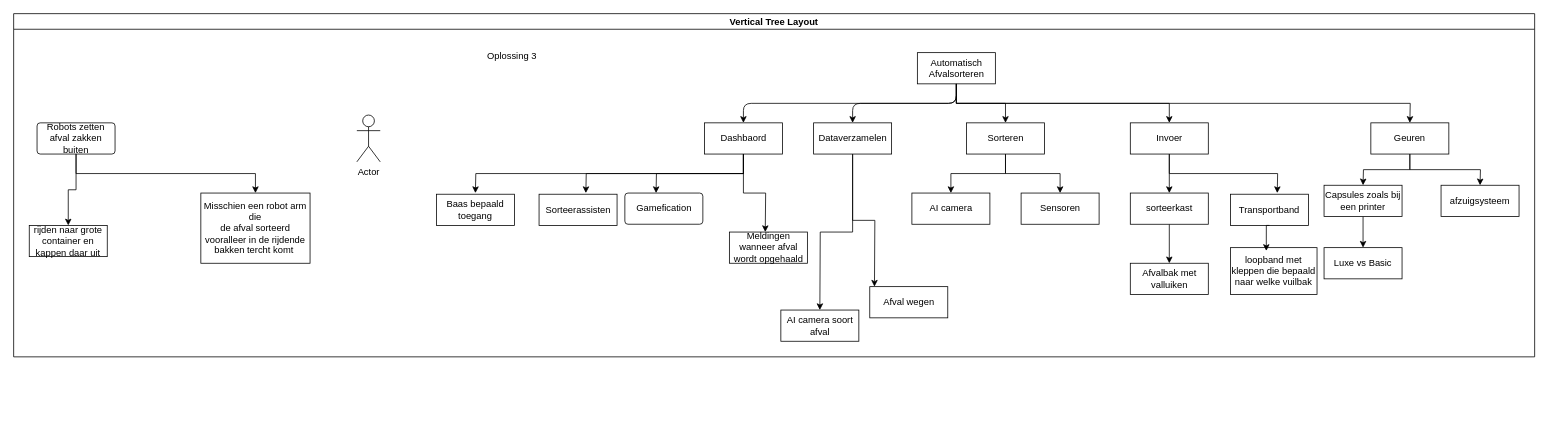
The draw.io diagram Diagram zonder titel.drawio in RA1035813/Skill, before the edit. Source tidied: cells renumbered, new cells numbered last; positions are measured from the earlier drawing's top-left corner, leaving out a move shared by most shapes. Both pictures are drawn from the tidied source at 78%, with x=0, y=0 at pixel (13, 13).
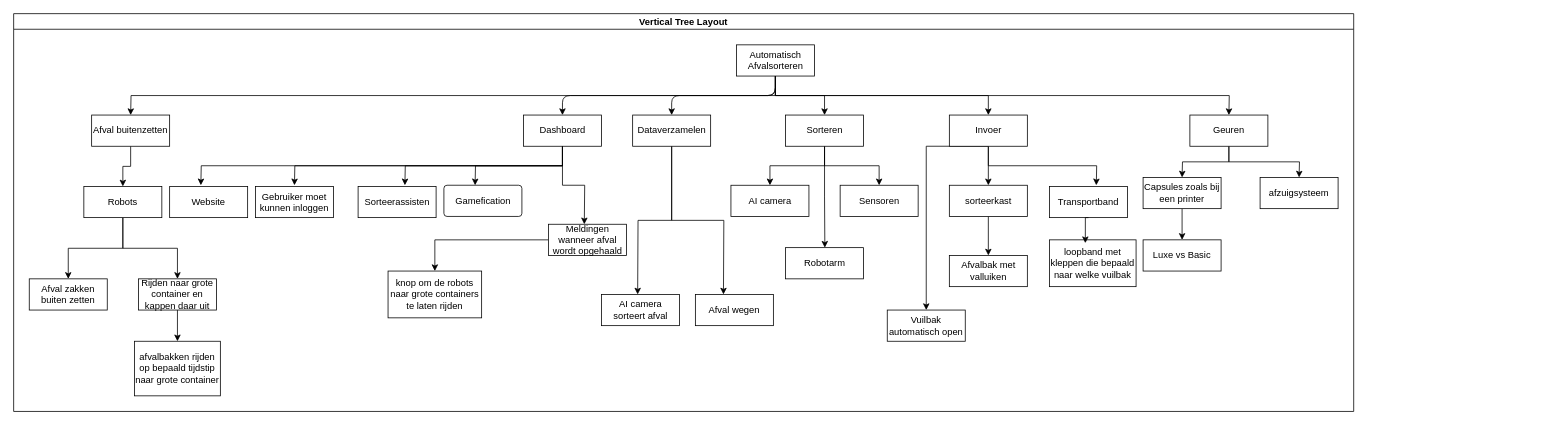
Above is the later version.

The edit, as a diff of the source:
```diff
@@
     <mxCell id="2" value="Vertical Tree Layout" style="swimlane;startSize=20;horizontal=1;horizontalTree=0;sortEdges=1;containerType=tree;fontSize=12;" parent="1" vertex="1">
-      <mxGeometry width="1950" height="440" as="geometry" />
+      <mxGeometry width="1718" height="510" as="geometry" />
     </mxCell>
@@
     <mxCell id="5" style="edgeStyle=orthogonalEdgeStyle;rounded=0;jettySize=auto;html=1;exitX=0.5;exitY=1;exitDx=0;exitDy=0;" parent="2" edge="1" source="6">
       <mxGeometry relative="1" as="geometry">
-        <mxPoint x="1790" y="140" as="targetPoint" />
+        <mxPoint x="1558" y="130" as="targetPoint" />
       </mxGeometry>
     </mxCell>
+    <mxCell id="51" style="edgeStyle=orthogonalEdgeStyle;rounded=0;jettySize=auto;html=1;exitX=0.5;exitY=1;exitDx=0;exitDy=0;" parent="2" edge="1" source="6">
+      <mxGeometry relative="1" as="geometry">
+        <mxPoint x="150" y="130" as="targetPoint" />
+      </mxGeometry>
+    </mxCell>
     <mxCell id="6" value="Automatisch Afvalsorteren" style="whiteSpace=wrap;html=1;" parent="2" vertex="1">
-      <mxGeometry x="1158.6" y="50" width="100" height="40" as="geometry" />
+      <mxGeometry x="926.6" y="40" width="100" height="40" as="geometry" />
     </mxCell>
     <mxCell id="7" style="edgeStyle=orthogonalEdgeStyle;rounded=0;jettySize=auto;html=1;exitX=0.5;exitY=1;exitDx=0;exitDy=0;" parent="2" edge="1" source="10">
       <mxGeometry relative="1" as="geometry">
-        <mxPoint x="733.6" y="230" as="targetPoint" />
+        <mxPoint x="501.6" y="220" as="targetPoint" />
       </mxGeometry>
     </mxCell>
     <mxCell id="8" style="edgeStyle=orthogonalEdgeStyle;rounded=0;jettySize=auto;html=1;exitX=0.5;exitY=1;exitDx=0;exitDy=0;" parent="2" edge="1" source="10">
       <mxGeometry relative="1" as="geometry">
-        <mxPoint x="963.6" y="280" as="targetPoint" />
+        <mxPoint x="731.6" y="270" as="targetPoint" />
       </mxGeometry>
     </mxCell>
     <mxCell id="9" style="edgeStyle=orthogonalEdgeStyle;rounded=0;jettySize=auto;html=1;exitX=0.5;exitY=1;exitDx=0;exitDy=0;" parent="2" edge="1" source="10">
       <mxGeometry relative="1" as="geometry">
-        <mxPoint x="592" y="230" as="targetPoint" />
+        <mxPoint x="360" y="220" as="targetPoint" />
       </mxGeometry>
     </mxCell>
+    <mxCell id="52" style="edgeStyle=orthogonalEdgeStyle;rounded=0;jettySize=auto;html=1;exitX=0.5;exitY=1;exitDx=0;exitDy=0;" parent="2" edge="1" source="10">
+      <mxGeometry relative="1" as="geometry">
+        <mxPoint x="240" y="220" as="targetPoint" />
+      </mxGeometry>
+    </mxCell>
-    <mxCell id="10" value="Dashbaord" style="whiteSpace=wrap;html=1;" parent="2" vertex="1">
-      <mxGeometry x="885.6" y="140" width="100" height="40" as="geometry" />
+    <mxCell id="10" value="Dashboard" style="whiteSpace=wrap;html=1;" parent="2" vertex="1">
+      <mxGeometry x="653.6" y="130" width="100" height="40" as="geometry" />
     </mxCell>
@@
-    <mxCell id="12" style="edgeStyle=orthogonalEdgeStyle;rounded=0;jettySize=auto;html=1;exitX=0.5;exitY=1;exitDx=0;exitDy=0;" parent="2" edge="1" source="14">
-      <mxGeometry relative="1" as="geometry">
-        <mxPoint x="1103.6" y="350" as="targetPoint" />
-      </mxGeometry>
-    </mxCell>
-    <mxCell id="13" style="edgeStyle=orthogonalEdgeStyle;rounded=0;jettySize=auto;html=1;exitX=0.5;exitY=1;exitDx=0;exitDy=0;" parent="2" edge="1" source="14">
-      <mxGeometry relative="1" as="geometry">
-        <mxPoint x="1033.6" y="380" as="targetPoint" />
-      </mxGeometry>
-    </mxCell>
+    <mxCell id="53" style="edgeStyle=orthogonalEdgeStyle;rounded=0;jettySize=auto;html=1;exitX=0.5;exitY=1;exitDx=0;exitDy=0;" parent="2" edge="1" source="14">
+      <mxGeometry relative="1" as="geometry">
+        <mxPoint x="800" y="360" as="targetPoint" />
+      </mxGeometry>
+    </mxCell>
+    <mxCell id="54" style="edgeStyle=orthogonalEdgeStyle;rounded=0;jettySize=auto;html=1;exitX=0.5;exitY=1;exitDx=0;exitDy=0;" parent="2" edge="1" source="14">
+      <mxGeometry relative="1" as="geometry">
+        <mxPoint x="910" y="360" as="targetPoint" />
+      </mxGeometry>
+    </mxCell>
     <mxCell id="14" value="Dataverzamelen" style="whiteSpace=wrap;html=1;" parent="2" vertex="1">
-      <mxGeometry x="1025.6" y="140" width="100" height="40" as="geometry" />
+      <mxGeometry x="793.6" y="130" width="100" height="40" as="geometry" />
     </mxCell>
@@
     <mxCell id="16" value="Gamefication" style="rounded=1;arcSize=10;whiteSpace=wrap;html=1;align=center;" parent="2" vertex="1">
-      <mxGeometry x="783.6" y="230" width="100" height="40" as="geometry" />
+      <mxGeometry x="551.6" y="220" width="100" height="40" as="geometry" />
     </mxCell>
     <mxCell id="17" style="edgeStyle=orthogonalEdgeStyle;rounded=0;jettySize=auto;html=1;exitX=0.5;exitY=1;exitDx=0;exitDy=0;" parent="2" edge="1" source="10">
       <mxGeometry relative="1" as="geometry">
-        <mxPoint x="823.6" y="230" as="targetPoint" />
+        <mxPoint x="591.6" y="220" as="targetPoint" />
       </mxGeometry>
     </mxCell>
@@
+    <mxCell id="55" style="edgeStyle=orthogonalEdgeStyle;rounded=0;jettySize=auto;html=1;exitX=0.5;exitY=1;exitDx=0;exitDy=0;" parent="2" edge="1" source="20">
+      <mxGeometry relative="1" as="geometry">
+        <mxPoint x="1040" y="300" as="targetPoint" />
+      </mxGeometry>
+    </mxCell>
     <mxCell id="20" value="Sorteren" style="whiteSpace=wrap;html=1;align=center;" parent="2" vertex="1">
-      <mxGeometry x="1221.6" y="140" width="100" height="40" as="geometry" />
+      <mxGeometry x="989.6" y="130" width="100" height="40" as="geometry" />
     </mxCell>
     <mxCell id="21" value="AI camera" style="whiteSpace=wrap;html=1;align=center;" parent="2" vertex="1">
-      <mxGeometry x="1151.6" y="230" width="100" height="40" as="geometry" />
+      <mxGeometry x="919.6" y="220" width="100" height="40" as="geometry" />
     </mxCell>
     <mxCell id="22" value="Afval wegen" style="whiteSpace=wrap;html=1;align=center;" parent="2" vertex="1">
-      <mxGeometry x="1097.6" y="350" width="100" height="40" as="geometry" />
+      <mxGeometry x="874" y="360" width="100" height="40" as="geometry" />
     </mxCell>
     <mxCell id="23" value="Sorteerassisten" style="whiteSpace=wrap;html=1;align=center;" parent="2" vertex="1">
-      <mxGeometry x="673.6" y="231.5" width="100" height="40" as="geometry" />
+      <mxGeometry x="441.6" y="221.5" width="100" height="40" as="geometry" />
     </mxCell>
+    <mxCell id="56" style="edgeStyle=orthogonalEdgeStyle;rounded=0;jettySize=auto;html=1;exitX=0;exitY=0.5;exitDx=0;exitDy=0;entryX=0.5;entryY=0;entryDx=0;entryDy=0;" parent="2" edge="1" source="24" target="67">
+      <mxGeometry relative="1" as="geometry" />
+    </mxCell>
     <mxCell id="24" value="Meldingen wanneer afval wordt opgehaald" style="whiteSpace=wrap;html=1;align=center;" parent="2" vertex="1">
-      <mxGeometry x="917.6" y="280" width="100" height="40" as="geometry" />
+      <mxGeometry x="685.6" y="270" width="100" height="40" as="geometry" />
     </mxCell>
-    <mxCell id="25" value="AI camera soort afval" style="whiteSpace=wrap;html=1;align=center;" parent="2" vertex="1">
-      <mxGeometry x="983.6" y="380" width="100" height="40" as="geometry" />
+    <mxCell id="25" value="AI camera sorteert afval" style="whiteSpace=wrap;html=1;align=center;" parent="2" vertex="1">
+      <mxGeometry x="753.6" y="360" width="100" height="40" as="geometry" />
     </mxCell>
-    <mxCell id="26" value="Baas bepaald toegang" style="whiteSpace=wrap;html=1;align=center;" parent="2" vertex="1">
-      <mxGeometry x="542" y="231.5" width="100" height="40" as="geometry" />
+    <mxCell id="26" value="Gebruiker moet kunnen inloggen" style="whiteSpace=wrap;html=1;align=center;" parent="2" vertex="1">
+      <mxGeometry x="310" y="221.5" width="100" height="40" as="geometry" />
     </mxCell>
-    <mxCell id="27" style="edgeStyle=orthogonalEdgeStyle;rounded=0;jettySize=auto;html=1;exitX=0.5;exitY=1;exitDx=0;exitDy=0;entryX=0.5;entryY=0;entryDx=0;entryDy=0;" parent="2" edge="1" source="29" target="31">
-      <mxGeometry relative="1" as="geometry" />
-    </mxCell>
-    <mxCell id="28" style="edgeStyle=orthogonalEdgeStyle;rounded=0;jettySize=auto;html=1;exitX=0.5;exitY=1;exitDx=0;exitDy=0;" parent="2" edge="1" source="29" target="32">
-      <mxGeometry relative="1" as="geometry" />
-    </mxCell>
-    <mxCell id="29" value="Robots zetten afval zakken buiten" style="rounded=1;arcSize=10;whiteSpace=wrap;html=1;align=center;" parent="2" vertex="1">
-      <mxGeometry x="30" y="140" width="100" height="40" as="geometry" />
-    </mxCell>
-    <mxCell id="30" value="Oplossing 3" style="text;html=1;whiteSpace=wrap;strokeColor=none;fillColor=none;align=center;verticalAlign=middle;rounded=0;" parent="2" vertex="1">
-      <mxGeometry x="598" y="40" width="82" height="30" as="geometry" />
-    </mxCell>
-    <mxCell id="31" value="rijden naar grote container en kappen daar uit" style="whiteSpace=wrap;html=1;align=center;" parent="2" vertex="1">
-      <mxGeometry x="20" y="271.5" width="100" height="40" as="geometry" />
-    </mxCell>
-    <mxCell id="32" value="Misschien een robot arm die&lt;div&gt;de afval sorteerd vooralleer in de rijdende bakken tercht komt&amp;nbsp;&lt;/div&gt;" style="whiteSpace=wrap;html=1;align=center;" parent="2" vertex="1">
-      <mxGeometry x="240" y="230" width="140" height="90" as="geometry" />
-    </mxCell>
     <mxCell id="33" value="Afvalbak met valluiken" style="whiteSpace=wrap;html=1;align=center;" parent="2" vertex="1">
-      <mxGeometry x="1431.6" y="320" width="100" height="40" as="geometry" />
+      <mxGeometry x="1199.6" y="310" width="100" height="40" as="geometry" />
     </mxCell>
     <mxCell id="34" value="loopband met kleppen die bepaald naar welke vuilbak" style="whiteSpace=wrap;html=1;align=center;" parent="2" vertex="1">
-      <mxGeometry x="1560" y="300" width="111" height="60" as="geometry" />
+      <mxGeometry x="1328" y="290" width="111" height="60" as="geometry" />
     </mxCell>
     <mxCell id="35" value="Sensoren" style="whiteSpace=wrap;html=1;align=center;" parent="2" vertex="1">
-      <mxGeometry x="1291.6" y="230" width="100" height="40" as="geometry" />
+      <mxGeometry x="1059.6" y="220" width="100" height="40" as="geometry" />
     </mxCell>
-    <mxCell id="36" value="Actor" style="shape=umlActor;verticalLabelPosition=bottom;verticalAlign=top;html=1;" parent="2" vertex="1">
-      <mxGeometry x="440" y="130" width="30" height="60" as="geometry" />
-    </mxCell>
@@
     <mxCell id="38" style="edgeStyle=orthogonalEdgeStyle;rounded=0;jettySize=auto;html=1;exitX=0.5;exitY=1;exitDx=0;exitDy=0;" parent="2" edge="1" source="39">
       <mxGeometry relative="1" as="geometry">
-        <mxPoint x="1620" y="230" as="targetPoint" />
+        <mxPoint x="1388" y="220" as="targetPoint" />
       </mxGeometry>
     </mxCell>
+    <mxCell id="57" style="edgeStyle=orthogonalEdgeStyle;rounded=0;jettySize=auto;html=1;exitX=0.5;exitY=1;exitDx=0;exitDy=0;" parent="2" edge="1" source="39">
+      <mxGeometry relative="1" as="geometry">
+        <mxPoint x="1170" y="380" as="targetPoint" />
+        <Array as="points">
+          <mxPoint x="1170" y="170" />
+        </Array>
+      </mxGeometry>
+    </mxCell>
     <mxCell id="39" value="Invoer" style="whiteSpace=wrap;html=1;align=center;" parent="2" vertex="1">
-      <mxGeometry x="1431.6" y="140" width="100" height="40" as="geometry" />
+      <mxGeometry x="1199.6" y="130" width="100" height="40" as="geometry" />
     </mxCell>
@@
     <mxCell id="41" value="sorteerkast" style="whiteSpace=wrap;html=1;align=center;" parent="2" vertex="1">
-      <mxGeometry x="1431.6" y="230" width="100" height="40" as="geometry" />
+      <mxGeometry x="1199.6" y="220" width="100" height="40" as="geometry" />
     </mxCell>
     <mxCell id="42" value="Transportband" style="whiteSpace=wrap;html=1;align=center;" parent="2" vertex="1">
-      <mxGeometry x="1560" y="231.5" width="100" height="40" as="geometry" />
+      <mxGeometry x="1328" y="221.5" width="100" height="40" as="geometry" />
     </mxCell>
@@
     <mxCell id="44" style="edgeStyle=orthogonalEdgeStyle;rounded=0;jettySize=auto;html=1;exitX=0.5;exitY=1;exitDx=0;exitDy=0;" parent="2" edge="1" source="46">
       <mxGeometry relative="1" as="geometry">
-        <mxPoint x="1730" y="220" as="targetPoint" />
+        <mxPoint x="1498" y="210" as="targetPoint" />
       </mxGeometry>
     </mxCell>
     <mxCell id="45" style="edgeStyle=orthogonalEdgeStyle;rounded=0;jettySize=auto;html=1;exitX=0.5;exitY=1;exitDx=0;exitDy=0;" parent="2" edge="1" source="46">
       <mxGeometry relative="1" as="geometry">
-        <mxPoint x="1880" y="220" as="targetPoint" />
+        <mxPoint x="1648" y="210" as="targetPoint" />
       </mxGeometry>
     </mxCell>
     <mxCell id="46" value="Geuren" style="whiteSpace=wrap;html=1;align=center;" parent="2" vertex="1">
-      <mxGeometry x="1740" y="140" width="100" height="40" as="geometry" />
+      <mxGeometry x="1508" y="130" width="100" height="40" as="geometry" />
     </mxCell>
@@
     <mxCell id="48" value="Capsules zoals bij een printer" style="whiteSpace=wrap;html=1;align=center;" parent="2" vertex="1">
-      <mxGeometry x="1680" y="220" width="100" height="40" as="geometry" />
+      <mxGeometry x="1448" y="210" width="100" height="40" as="geometry" />
     </mxCell>
     <mxCell id="49" value="afzuigsysteem" style="whiteSpace=wrap;html=1;align=center;" parent="2" vertex="1">
-      <mxGeometry x="1830" y="220" width="100" height="40" as="geometry" />
+      <mxGeometry x="1598" y="210" width="100" height="40" as="geometry" />
     </mxCell>
     <mxCell id="50" value="Luxe vs Basic" style="whiteSpace=wrap;html=1;align=center;" parent="2" vertex="1">
-      <mxGeometry x="1680" y="300" width="100" height="40" as="geometry" />
+      <mxGeometry x="1448" y="290" width="100" height="40" as="geometry" />
     </mxCell>
+    <mxCell id="58" style="edgeStyle=orthogonalEdgeStyle;rounded=0;jettySize=auto;html=1;exitX=0.5;exitY=1;exitDx=0;exitDy=0;entryX=0.5;entryY=0;entryDx=0;entryDy=0;" parent="2" edge="1" source="61" target="64">
+      <mxGeometry relative="1" as="geometry" />
+    </mxCell>
+    <mxCell id="59" value="afvalbakken rijden op bepaald tijdstip naar grote container" style="whiteSpace=wrap;html=1;align=center;" parent="2" vertex="1">
+      <mxGeometry x="155" y="420" width="110" height="70" as="geometry" />
+    </mxCell>
+    <mxCell id="60" style="edgeStyle=orthogonalEdgeStyle;rounded=0;jettySize=auto;html=1;exitX=0.5;exitY=1;exitDx=0;exitDy=0;" parent="2" edge="1" source="61" target="62">
+      <mxGeometry relative="1" as="geometry" />
+    </mxCell>
+    <mxCell id="61" value="Robots" style="whiteSpace=wrap;html=1;align=center;" parent="2" vertex="1">
+      <mxGeometry x="90" y="221.5" width="100" height="40" as="geometry" />
+    </mxCell>
+    <mxCell id="62" value="Afval zakken buiten zetten" style="whiteSpace=wrap;html=1;align=center;" parent="2" vertex="1">
+      <mxGeometry x="20" y="340" width="100" height="40" as="geometry" />
+    </mxCell>
+    <mxCell id="63" style="edgeStyle=orthogonalEdgeStyle;rounded=0;jettySize=auto;html=1;exitX=0.5;exitY=1;exitDx=0;exitDy=0;entryX=0.5;entryY=0;entryDx=0;entryDy=0;" parent="2" edge="1" source="64" target="59">
+      <mxGeometry relative="1" as="geometry" />
+    </mxCell>
+    <mxCell id="64" value="Rijden naar grote container en kappen daar uit" style="whiteSpace=wrap;html=1;align=center;" parent="2" vertex="1">
+      <mxGeometry x="160" y="340" width="100" height="40" as="geometry" />
+    </mxCell>
+    <mxCell id="65" value="Robotarm" style="whiteSpace=wrap;html=1;align=center;" parent="2" vertex="1">
+      <mxGeometry x="989.6" y="300" width="100" height="40" as="geometry" />
+    </mxCell>
+    <mxCell id="66" style="edgeStyle=orthogonalEdgeStyle;rounded=0;jettySize=auto;html=1;exitX=0.5;exitY=1;exitDx=0;exitDy=0;entryX=0.5;entryY=0;entryDx=0;entryDy=0;" parent="2" edge="1" source="68" target="61">
+      <mxGeometry relative="1" as="geometry" />
+    </mxCell>
+    <mxCell id="67" value="knop om de robots naar grote containers te laten rijden" style="whiteSpace=wrap;html=1;align=center;" parent="2" vertex="1">
+      <mxGeometry x="480" y="330" width="120" height="60" as="geometry" />
+    </mxCell>
+    <mxCell id="68" value="Afval buitenzetten" style="whiteSpace=wrap;html=1;align=center;" parent="2" vertex="1">
+      <mxGeometry x="100" y="130" width="100" height="40" as="geometry" />
+    </mxCell>
+    <mxCell id="69" value="Website" style="whiteSpace=wrap;html=1;align=center;" parent="2" vertex="1">
+      <mxGeometry x="200" y="221.5" width="100" height="40" as="geometry" />
+    </mxCell>
+    <mxCell id="70" value="Vuilbak automatisch open" style="whiteSpace=wrap;html=1;align=center;" parent="2" vertex="1">
+      <mxGeometry x="1120" y="380" width="100" height="40" as="geometry" />
+    </mxCell>
```
